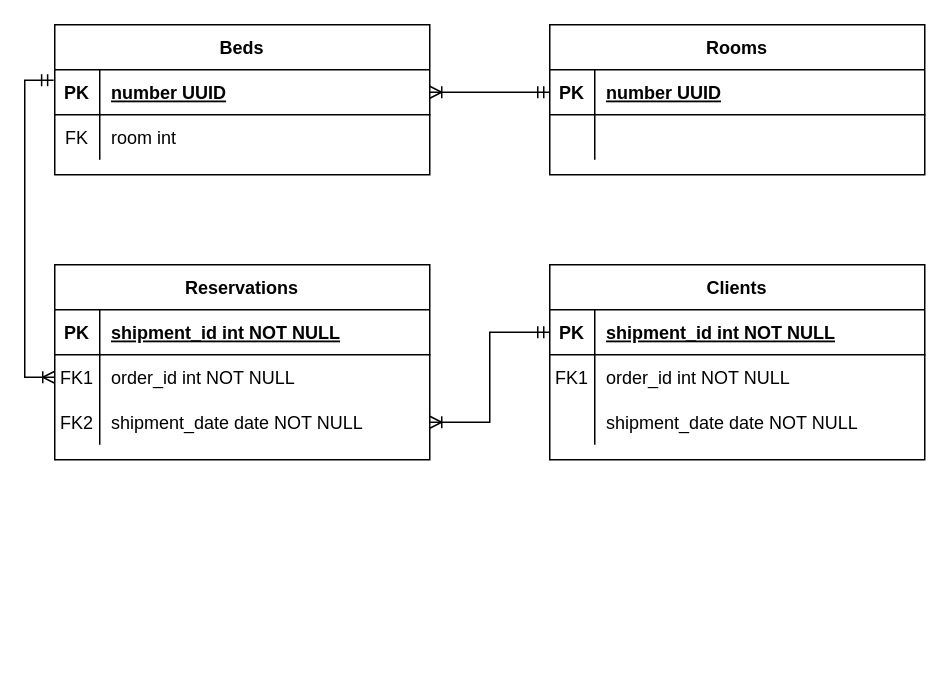
The draw.io diagram database schema.drawio in BartoszKloc/Mountain-Shelter, before the edit. Source tidied: cells renumbered, new cells numbered last; positions are measured from the earlier drawing's top-left corner, leaving out a move shared by most shapes. Both pictures are drawn from the tidied source at 150%, with x=0, y=0 at pixel (54, 24).
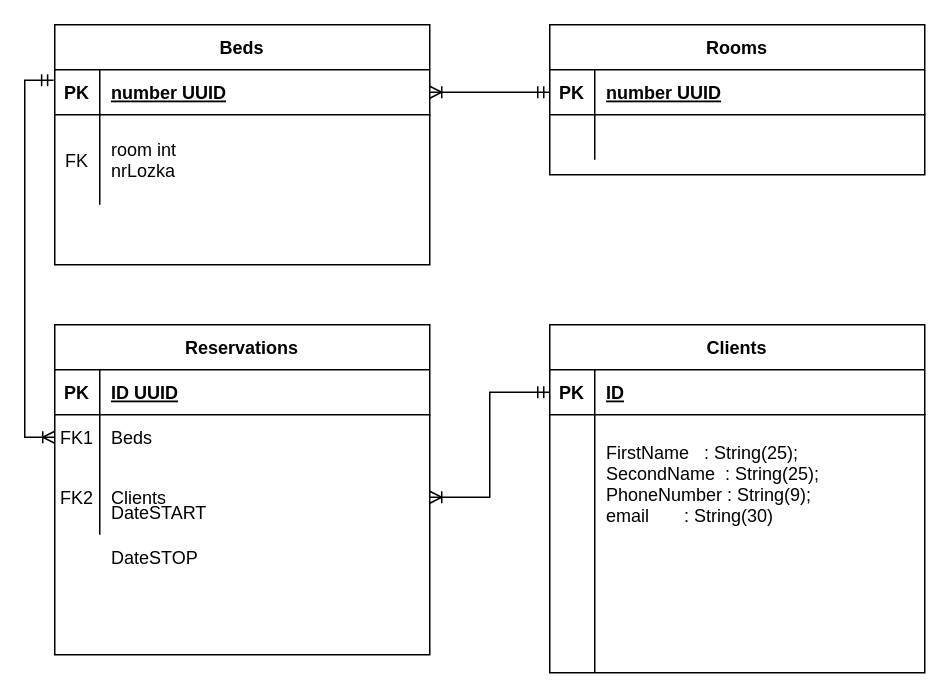
The same page after the edit.

Unchanged cells that the change refers to:
```xml
<mxCell id="11" style="shape=partialRectangle;fillColor=none;top=0;left=0;right=0;bottom=1;" parent="10" vertex="1">
  <mxGeometry y="30" width="250" height="30" as="geometry" />
</mxCell>
<mxCell id="14" style="shape=partialRectangle;fillColor=none;points=[[0,0.5],[1,0.5]];portConstraint=eastwest;top=0;left=0;right=0;bottom=0;" parent="10" vertex="1">
  <mxGeometry y="60" width="250" height="30" as="geometry" />
</mxCell>
<mxCell id="29" style="shape=partialRectangle;fillColor=none;points=[[0,0.5],[1,0.5]];portConstraint=eastwest;top=0;left=0;right=0;bottom=1;" parent="28" vertex="1">
  <mxGeometry y="30" width="250" height="30" as="geometry" />
</mxCell>
```

What changed in the source:
```diff
@@
     <mxCell id="10" value="Reservations" style="shape=table;startSize=30;childLayout=tableLayout;rowLines=0;fontStyle=1;align=center;" parent="1" vertex="1">
-      <mxGeometry y="160" width="250" height="130" as="geometry" />
+      <mxGeometry y="200" width="250" height="220" as="geometry" />
     </mxCell>
@@
-    <mxCell id="13" value="shipment_id int NOT NULL " style="shape=partialRectangle;overflow=hidden;fillColor=none;top=0;left=0;bottom=0;right=0;align=left;spacingLeft=6;fontStyle=5;" parent="11" vertex="1">
+    <mxCell id="13" value="ID UUID" style="shape=partialRectangle;overflow=hidden;fillColor=none;top=0;left=0;bottom=0;right=0;align=left;spacingLeft=6;fontStyle=5;" parent="11" vertex="1">
       <mxGeometry x="30" width="220" height="30" as="geometry" />
     </mxCell>
@@
-    <mxCell id="16" value="order_id int NOT NULL" style="shape=partialRectangle;overflow=hidden;fillColor=none;top=0;left=0;bottom=0;right=0;align=left;spacingLeft=6;" parent="14" vertex="1">
+    <mxCell id="16" value="Beds" style="shape=partialRectangle;overflow=hidden;fillColor=none;top=0;left=0;bottom=0;right=0;align=left;spacingLeft=6;" parent="14" vertex="1">
       <mxGeometry x="30" width="220" height="30" as="geometry" />
     </mxCell>
     <mxCell id="17" style="shape=partialRectangle;fillColor=none;points=[[0,0.5],[1,0.5]];portConstraint=eastwest;top=0;left=0;right=0;bottom=0;" parent="10" vertex="1">
-      <mxGeometry y="90" width="250" height="30" as="geometry" />
+      <mxGeometry y="90" width="250" height="50" as="geometry" />
     </mxCell>
     <mxCell id="18" value="FK2" style="shape=partialRectangle;overflow=hidden;fillColor=none;top=0;left=0;bottom=0;right=0;" parent="17" vertex="1">
-      <mxGeometry width="30" height="30" as="geometry" />
+      <mxGeometry width="30" height="50" as="geometry" />
     </mxCell>
-    <mxCell id="19" value="shipment_date date NOT NULL" style="shape=partialRectangle;overflow=hidden;fillColor=none;top=0;left=0;bottom=0;right=0;align=left;spacingLeft=6;" parent="17" vertex="1">
-      <mxGeometry x="30" width="220" height="30" as="geometry" />
+    <mxCell id="19" value="Clients" style="shape=partialRectangle;overflow=hidden;fillColor=none;top=0;left=0;bottom=0;right=0;align=left;spacingLeft=6;" parent="17" vertex="1">
+      <mxGeometry x="30" width="220" height="50" as="geometry" />
     </mxCell>
     <mxCell id="20" value="Beds" style="shape=table;startSize=30;childLayout=tableLayout;rowLines=0;fontStyle=1;align=center;" parent="1" vertex="1">
-      <mxGeometry width="250" height="100" as="geometry" />
+      <mxGeometry width="250" height="160" as="geometry" />
     </mxCell>
@@
     <mxCell id="24" style="shape=partialRectangle;fillColor=none;top=0;left=0;right=0;bottom=0;" parent="20" vertex="1">
-      <mxGeometry y="60" width="250" height="30" as="geometry" />
+      <mxGeometry y="60" width="250" height="60" as="geometry" />
     </mxCell>
     <mxCell id="25" value="FK" style="shape=partialRectangle;overflow=hidden;fillColor=none;top=0;left=0;bottom=0;right=0;" parent="24" vertex="1">
-      <mxGeometry width="30" height="30" as="geometry" />
+      <mxGeometry width="30" height="60" as="geometry" />
     </mxCell>
-    <mxCell id="26" value="room int" style="shape=partialRectangle;overflow=hidden;fillColor=none;top=0;left=0;bottom=0;right=0;align=left;spacingLeft=6;" parent="24" vertex="1">
-      <mxGeometry x="30" width="220" height="30" as="geometry" />
+    <mxCell id="26" value="room int&#10;nrLozka" style="shape=partialRectangle;overflow=hidden;fillColor=none;top=0;left=0;bottom=0;right=0;align=left;spacingLeft=6;" parent="24" vertex="1">
+      <mxGeometry x="30" width="220" height="60" as="geometry" />
     </mxCell>
@@
     <mxCell id="28" value="Clients" style="shape=table;startSize=30;childLayout=tableLayout;rowLines=0;fontStyle=1;align=center;" parent="1" vertex="1">
-      <mxGeometry x="330" y="160" width="250" height="130" as="geometry" />
+      <mxGeometry x="330" y="200" width="250" height="232" as="geometry" />
     </mxCell>
@@
-    <mxCell id="31" value="shipment_id int NOT NULL " style="shape=partialRectangle;overflow=hidden;fillColor=none;top=0;left=0;bottom=0;right=0;align=left;spacingLeft=6;fontStyle=5;" parent="29" vertex="1">
+    <mxCell id="31" value="ID" style="shape=partialRectangle;overflow=hidden;fillColor=none;top=0;left=0;bottom=0;right=0;align=left;spacingLeft=6;fontStyle=5;" parent="29" vertex="1">
       <mxGeometry x="30" width="220" height="30" as="geometry" />
     </mxCell>
     <mxCell id="32" style="shape=partialRectangle;fillColor=none;top=0;left=0;right=0;bottom=0;" parent="28" vertex="1">
-      <mxGeometry y="60" width="250" height="30" as="geometry" />
+      <mxGeometry y="60" width="250" height="92" as="geometry" />
     </mxCell>
-    <mxCell id="33" value="FK1" style="shape=partialRectangle;overflow=hidden;fillColor=none;top=0;left=0;bottom=0;right=0;" parent="32" vertex="1">
-      <mxGeometry width="30" height="30" as="geometry" />
+    <mxCell id="33" style="shape=partialRectangle;overflow=hidden;fillColor=none;top=0;left=0;bottom=0;right=0;" parent="32" vertex="1">
+      <mxGeometry width="30" height="92" as="geometry" />
     </mxCell>
-    <mxCell id="34" value="order_id int NOT NULL" style="shape=partialRectangle;overflow=hidden;fillColor=none;top=0;left=0;bottom=0;right=0;align=left;spacingLeft=6;" parent="32" vertex="1">
-      <mxGeometry x="30" width="220" height="30" as="geometry" />
+    <mxCell id="34" value="FirstName   : String(25);&#10;SecondName  : String(25);&#10;PhoneNumber : String(9);&#10;email       : String(30)" style="shape=partialRectangle;overflow=hidden;fillColor=none;top=0;left=0;bottom=0;right=0;align=left;spacingLeft=6;" parent="32" vertex="1">
+      <mxGeometry x="30" width="220" height="92" as="geometry" />
     </mxCell>
     <mxCell id="35" style="shape=partialRectangle;fillColor=none;top=0;left=0;right=0;bottom=0;" parent="28" vertex="1">
-      <mxGeometry y="90" width="250" height="30" as="geometry" />
+      <mxGeometry y="152" width="250" height="80" as="geometry" />
     </mxCell>
     <mxCell id="36" style="shape=partialRectangle;overflow=hidden;fillColor=none;top=0;left=0;bottom=0;right=0;" parent="35" vertex="1">
-      <mxGeometry width="30" height="30" as="geometry" />
+      <mxGeometry width="30" height="80" as="geometry" />
     </mxCell>
-    <mxCell id="37" value="shipment_date date NOT NULL" style="shape=partialRectangle;overflow=hidden;fillColor=none;top=0;left=0;bottom=0;right=0;align=left;spacingLeft=6;" parent="35" vertex="1">
-      <mxGeometry x="30" width="220" height="30" as="geometry" />
+    <mxCell id="37" style="shape=partialRectangle;overflow=hidden;fillColor=none;top=0;left=0;bottom=0;right=0;align=left;spacingLeft=6;" parent="35" vertex="1">
+      <mxGeometry x="30" width="220" height="80" as="geometry" />
     </mxCell>
@@
+    <mxCell id="39" style="shape=partialRectangle;fillColor=none;top=0;left=0;right=0;bottom=0;" parent="1" vertex="1">
+      <mxGeometry y="300" width="250" height="50" as="geometry" />
+    </mxCell>
+    <mxCell id="40" style="shape=partialRectangle;overflow=hidden;fillColor=none;top=0;left=0;bottom=0;right=0;" parent="39" vertex="1">
+      <mxGeometry width="30" height="50" as="geometry" />
+    </mxCell>
+    <mxCell id="41" value="DateSTART" style="shape=partialRectangle;overflow=hidden;fillColor=none;top=0;left=0;bottom=0;right=0;align=left;spacingLeft=6;" parent="39" vertex="1">
+      <mxGeometry x="30" width="220" height="50" as="geometry" />
+    </mxCell>
+    <mxCell id="42" style="shape=partialRectangle;fillColor=none;top=0;left=0;right=0;bottom=0;" parent="1" vertex="1">
+      <mxGeometry y="330" width="250" height="50" as="geometry" />
+    </mxCell>
+    <mxCell id="43" style="shape=partialRectangle;overflow=hidden;fillColor=none;top=0;left=0;bottom=0;right=0;" parent="42" vertex="1">
+      <mxGeometry width="30" height="50" as="geometry" />
+    </mxCell>
+    <mxCell id="44" value="DateSTOP" style="shape=partialRectangle;overflow=hidden;fillColor=none;top=0;left=0;bottom=0;right=0;align=left;spacingLeft=6;" parent="42" vertex="1">
+      <mxGeometry x="30" width="220" height="50" as="geometry" />
+    </mxCell>
```
